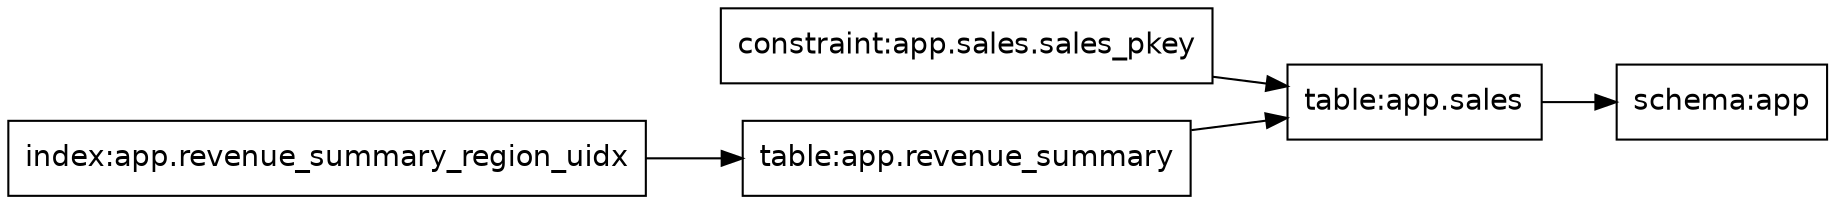
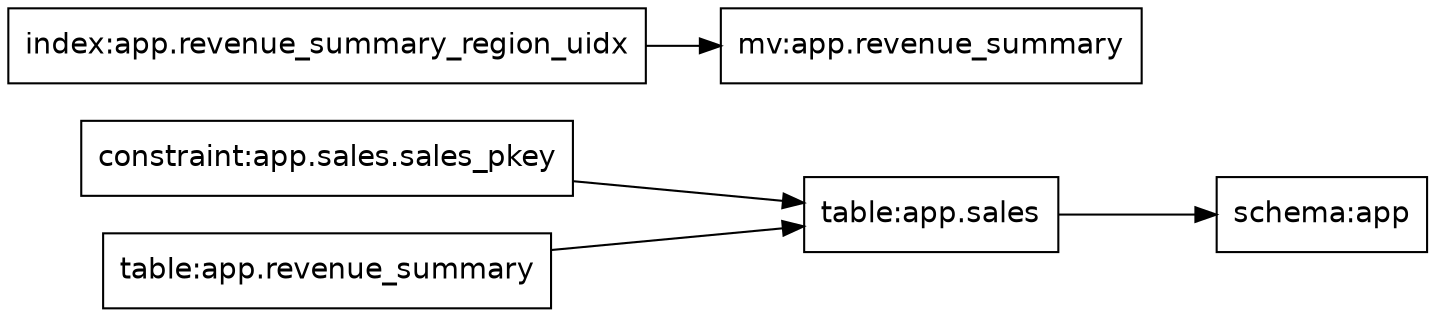
digraph pgevolve_deps {
  rankdir=LR;
  node [shape=box, fontname=Helvetica];
  "constraint:app.sales.sales_pkey";
  "index:app.revenue_summary_region_uidx";
+   "mv:app.revenue_summary";
  "schema:app";
  "table:app.revenue_summary";
  "table:app.sales";
  "table:app.revenue_summary" -> "table:app.sales" [style=solid];
  "table:app.sales" -> "schema:app" [style=solid];
-   "index:app.revenue_summary_region_uidx" -> "table:app.revenue_summary" [style=solid];
+   "index:app.revenue_summary_region_uidx" -> "mv:app.revenue_summary" [style=solid];
  "constraint:app.sales.sales_pkey" -> "table:app.sales" [style=solid];
}
